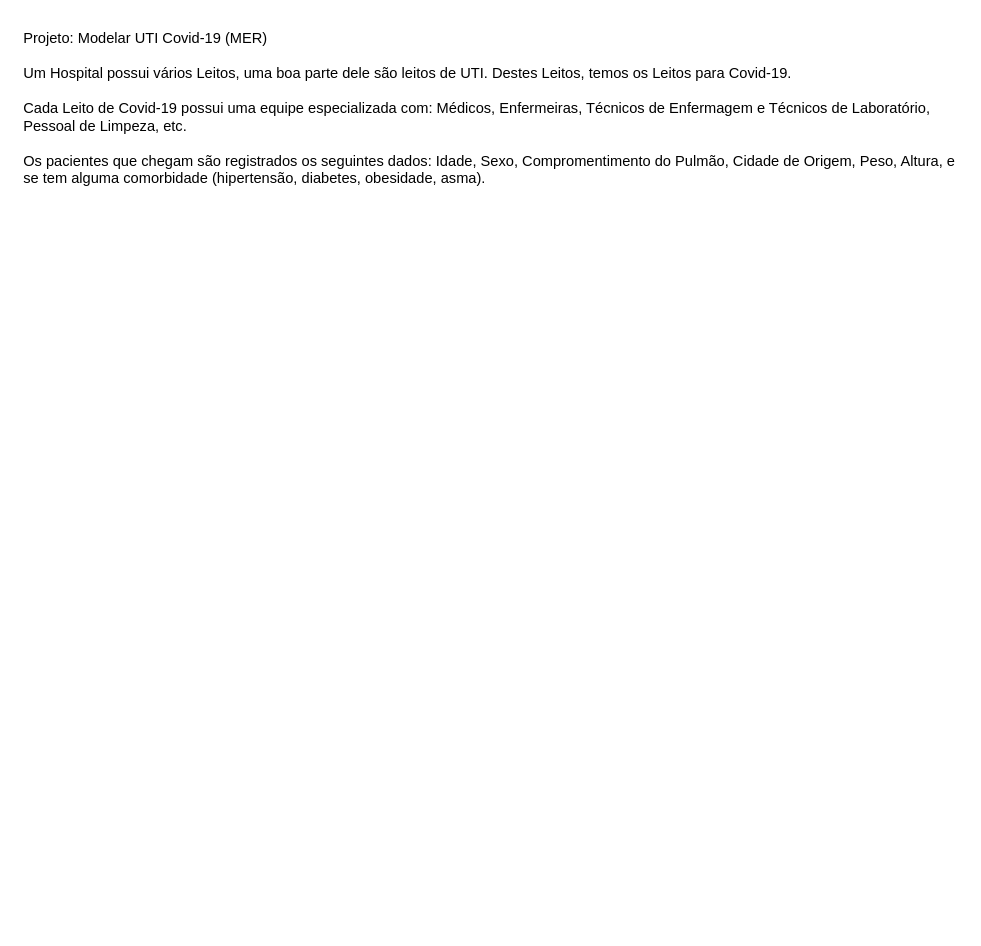
The draw.io diagram page "Covid-19" (5 of 5) of Aula-16-Setembro-2021.drawio in vladimiralencar/Alunos-UEPB-BancoDeDados, before the edit. Source tidied: cells renumbered, new cells numbered last; positions are measured from the earlier drawing's top-left corner, leaving out a move shared by most shapes. Both pictures are drawn from the tidied source at 122%, with x=0, y=0 at pixel (21, 21).
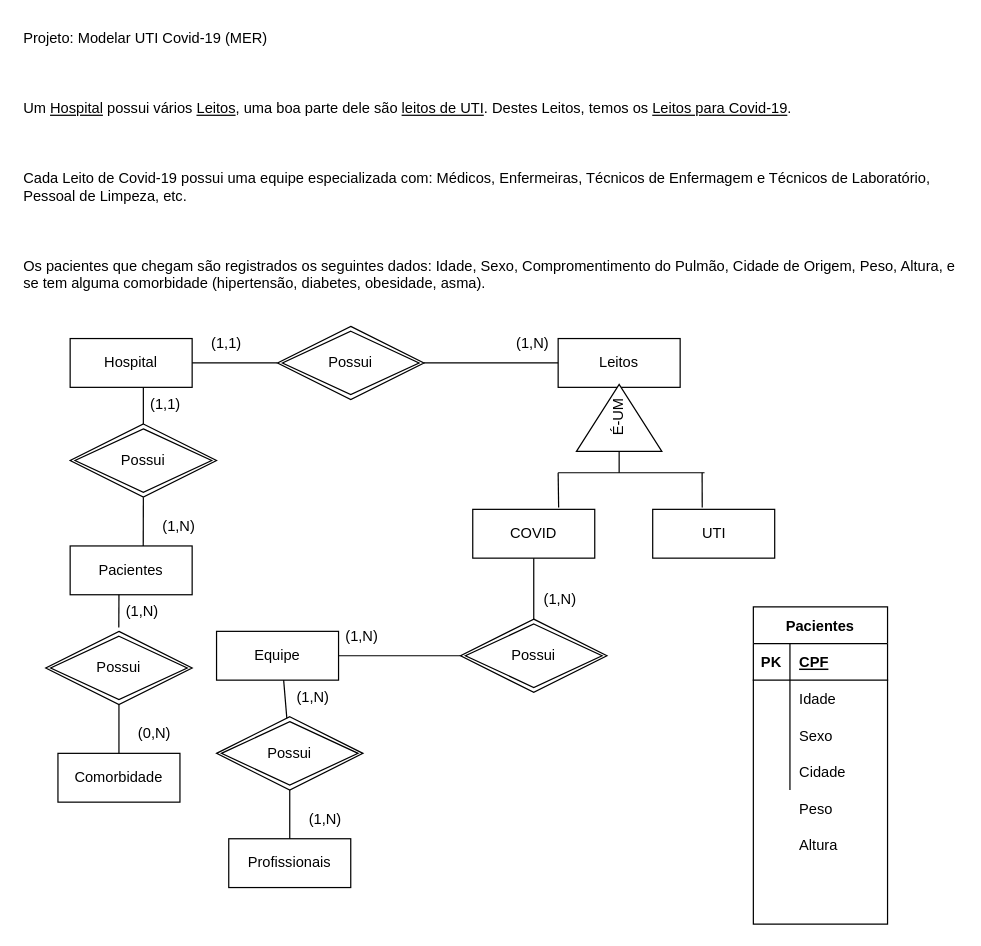
The same diagram, later.

Diff of the diagram source:
```diff
@@
-    <mxCell id="2" value="Projeto: Modelar UTI Covid-19 (MER) &#10; &#10;Um Hospital possui vários Leitos, uma boa parte dele são leitos de UTI. Destes Leitos, temos os Leitos para Covid-19. &#10; &#10;Cada Leito de Covid-19 possui uma equipe especializada com: Médicos, Enfermeiras, Técnicos de Enfermagem e Técnicos de Laboratório, Pessoal de Limpeza, etc. &#10; &#10;Os pacientes que chegam são registrados os seguintes dados: Idade, Sexo, Compromentimento do Pulmão, Cidade de Origem, Peso, Altura, e se tem alguma comorbidade (hipertensão, diabetes, obesidade, asma)." style="text;whiteSpace=wrap;html=1;" parent="1" vertex="1">
-      <mxGeometry width="770" height="140" as="geometry" />
+    <mxCell id="2" value="Projeto: Modelar UTI Covid-19 (MER)&lt;br/&gt;&lt;br&gt;&lt;br/&gt;&lt;br&gt;Um &lt;u&gt;Hospital&lt;/u&gt; possui vários &lt;u&gt;Leitos&lt;/u&gt;, uma boa parte dele são &lt;u&gt;leitos de UTI&lt;/u&gt;. Destes Leitos, temos os &lt;u&gt;Leitos para Covid-19&lt;/u&gt;.&lt;br/&gt;&lt;br&gt;&lt;br/&gt;&lt;br&gt;Cada Leito de Covid-19 possui uma equipe especializada com: Médicos, Enfermeiras, Técnicos de Enfermagem e Técnicos de Laboratório, Pessoal de Limpeza, etc.&lt;br/&gt;&lt;br&gt;&lt;br/&gt;&lt;br&gt;Os pacientes que chegam são registrados os seguintes dados: Idade, Sexo, Compromentimento do Pulmão, Cidade de Origem, Peso, Altura, e se tem alguma comorbidade (hipertensão, diabetes, obesidade, asma)." style="text;whiteSpace=wrap;html=1;" parent="1" vertex="1">
+      <mxGeometry width="770" height="180" as="geometry" />
     </mxCell>
+    <mxCell id="3" value="Hospital" style="whiteSpace=wrap;html=1;align=center;" parent="1" vertex="1">
+      <mxGeometry x="40" y="260" width="100" height="40" as="geometry" />
+    </mxCell>
+    <mxCell id="4" value="Leitos" style="whiteSpace=wrap;html=1;align=center;" parent="1" vertex="1">
+      <mxGeometry x="440" y="260" width="100" height="40" as="geometry" />
+    </mxCell>
+    <mxCell id="5" value="Possui" style="shape=rhombus;double=1;perimeter=rhombusPerimeter;whiteSpace=wrap;html=1;align=center;" parent="1" vertex="1">
+      <mxGeometry x="210" y="250" width="120" height="60" as="geometry" />
+    </mxCell>
+    <mxCell id="6" style="endArrow=none;html=1;rounded=0;" parent="1" edge="1">
+      <mxGeometry relative="1" as="geometry">
+        <mxPoint x="140" y="280" as="sourcePoint" />
+        <mxPoint x="210" y="280" as="targetPoint" />
+      </mxGeometry>
+    </mxCell>
+    <mxCell id="7" style="endArrow=none;html=1;rounded=0;" parent="1" edge="1">
+      <mxGeometry relative="1" as="geometry">
+        <mxPoint x="330" y="280" as="sourcePoint" />
+        <mxPoint x="440" y="280" as="targetPoint" />
+      </mxGeometry>
+    </mxCell>
+    <mxCell id="8" value="(1,1)" style="text;strokeColor=none;fillColor=none;spacingLeft=4;spacingRight=4;overflow=hidden;fontSize=12;" parent="1" vertex="1">
+      <mxGeometry x="150" y="250" width="40" height="30" as="geometry" />
+    </mxCell>
+    <mxCell id="9" value="(1,N)" style="text;strokeColor=none;fillColor=none;spacingLeft=4;spacingRight=4;overflow=hidden;fontSize=12;" parent="1" vertex="1">
+      <mxGeometry x="400" y="250" width="40" height="30" as="geometry" />
+    </mxCell>
+    <mxCell id="10" value="É-UM" style="triangle;whiteSpace=wrap;html=1;rotation=-90;" parent="1" vertex="1">
+      <mxGeometry x="462.5" y="290" width="55" height="70" as="geometry" />
+    </mxCell>
+    <mxCell id="11" value="COVID" style="whiteSpace=wrap;html=1;align=center;" parent="1" vertex="1">
+      <mxGeometry x="370" y="400" width="100" height="40" as="geometry" />
+    </mxCell>
+    <mxCell id="12" value="UTI" style="whiteSpace=wrap;html=1;align=center;" parent="1" vertex="1">
+      <mxGeometry x="517.5" y="400" width="100" height="40" as="geometry" />
+    </mxCell>
+    <mxCell id="13" style="endArrow=none;html=1;rounded=0;" parent="1" edge="1">
+      <mxGeometry relative="1" as="geometry">
+        <mxPoint x="440" y="370" as="sourcePoint" />
+        <mxPoint x="560" y="370" as="targetPoint" />
+      </mxGeometry>
+    </mxCell>
+    <mxCell id="14" style="endArrow=none;html=1;exitX=0.704;exitY=-0.036;exitDx=0;exitDy=0;exitPerimeter=0;" parent="1" edge="1" source="11">
+      <mxGeometry relative="1" as="geometry">
+        <mxPoint x="440" y="370" as="targetPoint" />
+      </mxGeometry>
+    </mxCell>
+    <mxCell id="15" style="endArrow=none;html=1;exitX=0.406;exitY=-0.036;exitDx=0;exitDy=0;exitPerimeter=0;" parent="1" edge="1" source="12">
+      <mxGeometry relative="1" as="geometry">
+        <mxPoint x="558" y="370" as="targetPoint" />
+      </mxGeometry>
+    </mxCell>
+    <mxCell id="16" style="endArrow=none;html=1;entryX=0;entryY=0.5;entryDx=0;entryDy=0;" parent="1" edge="1" target="10">
+      <mxGeometry relative="1" as="geometry">
+        <mxPoint x="490" y="370" as="sourcePoint" />
+      </mxGeometry>
+    </mxCell>
+    <mxCell id="17" value="Possui" style="shape=rhombus;double=1;perimeter=rhombusPerimeter;whiteSpace=wrap;html=1;align=center;" parent="1" vertex="1">
+      <mxGeometry x="360" y="490" width="120" height="60" as="geometry" />
+    </mxCell>
+    <mxCell id="18" value="Equipe" style="whiteSpace=wrap;html=1;align=center;" parent="1" vertex="1">
+      <mxGeometry x="160" y="500" width="100" height="40" as="geometry" />
+    </mxCell>
+    <mxCell id="19" style="endArrow=none;html=1;rounded=0;" parent="1" edge="1" target="17">
+      <mxGeometry relative="1" as="geometry">
+        <mxPoint x="260" y="520" as="sourcePoint" />
+      </mxGeometry>
+    </mxCell>
+    <mxCell id="20" style="endArrow=none;html=1;rounded=0;exitX=0.5;exitY=1;exitDx=0;exitDy=0;entryX=0.5;entryY=0;entryDx=0;entryDy=0;" parent="1" edge="1" source="11" target="17">
+      <mxGeometry relative="1" as="geometry" />
+    </mxCell>
+    <mxCell id="21" value="(1,N)" style="text;strokeColor=none;fillColor=none;spacingLeft=4;spacingRight=4;overflow=hidden;fontSize=12;" parent="1" vertex="1">
+      <mxGeometry x="422.5" y="460" width="40" height="30" as="geometry" />
+    </mxCell>
+    <mxCell id="22" value="(1,N)" style="text;strokeColor=none;fillColor=none;spacingLeft=4;spacingRight=4;overflow=hidden;fontSize=12;" parent="1" vertex="1">
+      <mxGeometry x="260" y="490" width="40" height="30" as="geometry" />
+    </mxCell>
+    <mxCell id="23" value="Possui" style="shape=rhombus;double=1;perimeter=rhombusPerimeter;whiteSpace=wrap;html=1;align=center;" parent="1" vertex="1">
+      <mxGeometry x="160" y="570" width="120" height="60" as="geometry" />
+    </mxCell>
+    <mxCell id="24" value="Profissionais" style="whiteSpace=wrap;html=1;align=center;" parent="1" vertex="1">
+      <mxGeometry x="170" y="670" width="100" height="40" as="geometry" />
+    </mxCell>
+    <mxCell id="25" style="endArrow=none;html=1;rounded=0;" parent="1" edge="1" target="23">
+      <mxGeometry relative="1" as="geometry">
+        <mxPoint x="215" y="540" as="sourcePoint" />
+      </mxGeometry>
+    </mxCell>
+    <mxCell id="26" style="endArrow=none;html=1;rounded=0;entryX=0.5;entryY=0;entryDx=0;entryDy=0;" parent="1" edge="1" target="24">
+      <mxGeometry relative="1" as="geometry">
+        <mxPoint x="220" y="630" as="sourcePoint" />
+      </mxGeometry>
+    </mxCell>
+    <mxCell id="27" value="(1,N)" style="text;strokeColor=none;fillColor=none;spacingLeft=4;spacingRight=4;overflow=hidden;fontSize=12;" parent="1" vertex="1">
+      <mxGeometry x="220" y="540" width="40" height="30" as="geometry" />
+    </mxCell>
+    <mxCell id="28" value="(1,N)" style="text;strokeColor=none;fillColor=none;spacingLeft=4;spacingRight=4;overflow=hidden;fontSize=12;" parent="1" vertex="1">
+      <mxGeometry x="230" y="640" width="40" height="30" as="geometry" />
+    </mxCell>
+    <mxCell id="29" value="Pacientes" style="whiteSpace=wrap;html=1;align=center;" parent="1" vertex="1">
+      <mxGeometry x="40" y="430" width="100" height="40" as="geometry" />
+    </mxCell>
+    <mxCell id="30" value="Possui" style="shape=rhombus;double=1;perimeter=rhombusPerimeter;whiteSpace=wrap;html=1;align=center;" parent="1" vertex="1">
+      <mxGeometry x="40" y="330" width="120" height="60" as="geometry" />
+    </mxCell>
+    <mxCell id="31" style="endArrow=none;html=1;rounded=0;entryX=0.5;entryY=0;entryDx=0;entryDy=0;" parent="1" edge="1" target="30">
+      <mxGeometry relative="1" as="geometry">
+        <mxPoint x="100" y="300" as="sourcePoint" />
+      </mxGeometry>
+    </mxCell>
+    <mxCell id="32" style="endArrow=none;html=1;rounded=0;entryX=0.599;entryY=0;entryDx=0;entryDy=0;entryPerimeter=0;" parent="1" edge="1" target="29">
+      <mxGeometry relative="1" as="geometry">
+        <mxPoint x="100" y="390" as="sourcePoint" />
+      </mxGeometry>
+    </mxCell>
+    <mxCell id="33" value="(1,1)" style="text;strokeColor=none;fillColor=none;spacingLeft=4;spacingRight=4;overflow=hidden;fontSize=12;" parent="1" vertex="1">
+      <mxGeometry x="100" y="300" width="40" height="30" as="geometry" />
+    </mxCell>
+    <mxCell id="34" value="(1,N)" style="text;strokeColor=none;fillColor=none;spacingLeft=4;spacingRight=4;overflow=hidden;fontSize=12;" parent="1" vertex="1">
+      <mxGeometry x="110" y="400" width="40" height="30" as="geometry" />
+    </mxCell>
+    <mxCell id="35" value="Comorbidade" style="whiteSpace=wrap;html=1;align=center;" parent="1" vertex="1">
+      <mxGeometry x="30" y="600" width="100" height="40" as="geometry" />
+    </mxCell>
+    <mxCell id="36" value="Possui" style="shape=rhombus;double=1;perimeter=rhombusPerimeter;whiteSpace=wrap;html=1;align=center;" parent="1" vertex="1">
+      <mxGeometry x="20" y="500" width="120" height="60" as="geometry" />
+    </mxCell>
+    <mxCell id="37" style="endArrow=none;html=1;rounded=0;entryX=0.499;entryY=-0.052;entryDx=0;entryDy=0;entryPerimeter=0;" parent="1" edge="1" target="36">
+      <mxGeometry relative="1" as="geometry">
+        <mxPoint x="80" y="470" as="sourcePoint" />
+      </mxGeometry>
+    </mxCell>
+    <mxCell id="38" style="endArrow=none;html=1;rounded=0;entryX=0.5;entryY=0;entryDx=0;entryDy=0;" parent="1" edge="1" target="35">
+      <mxGeometry relative="1" as="geometry">
+        <mxPoint x="80" y="560" as="sourcePoint" />
+      </mxGeometry>
+    </mxCell>
+    <mxCell id="39" value="(1,N)" style="text;strokeColor=none;fillColor=none;spacingLeft=4;spacingRight=4;overflow=hidden;fontSize=12;" parent="1" vertex="1">
+      <mxGeometry x="80" y="470" width="40" height="30" as="geometry" />
+    </mxCell>
+    <mxCell id="40" value="(0,N)" style="text;strokeColor=none;fillColor=none;spacingLeft=4;spacingRight=4;overflow=hidden;fontSize=12;" parent="1" vertex="1">
+      <mxGeometry x="90" y="570" width="40" height="30" as="geometry" />
+    </mxCell>
+    <mxCell id="41" value="Pacientes" style="shape=table;startSize=30;childLayout=tableLayout;rowLines=0;fontStyle=1;align=center;" parent="1" vertex="1">
+      <mxGeometry x="600" y="480" width="110" height="260" as="geometry" />
+    </mxCell>
+    <mxCell id="42" style="shape=partialRectangle;fillColor=none;top=0;left=0;bottom=1;right=0;" parent="41" vertex="1">
+      <mxGeometry y="30" width="110" height="30" as="geometry" />
+    </mxCell>
+    <mxCell id="43" value="PK" style="shape=partialRectangle;fillColor=none;top=0;left=0;bottom=0;right=0;fontStyle=1;overflow=hidden;" parent="42" vertex="1">
+      <mxGeometry width="30" height="30" as="geometry" />
+    </mxCell>
+    <mxCell id="44" value="CPF" style="shape=partialRectangle;fillColor=none;top=0;left=0;bottom=0;right=0;align=left;spacingLeft=6;fontStyle=5;overflow=hidden;" parent="42" vertex="1">
+      <mxGeometry x="30" width="80" height="30" as="geometry" />
+    </mxCell>
+    <mxCell id="45" style="shape=partialRectangle;fillColor=none;top=0;left=0;bottom=0;right=0;" parent="41" vertex="1">
+      <mxGeometry y="60" width="110" height="30" as="geometry" />
+    </mxCell>
+    <mxCell id="46" style="shape=partialRectangle;fillColor=none;top=0;left=0;bottom=0;right=0;overflow=hidden;" parent="45" vertex="1">
+      <mxGeometry width="30" height="30" as="geometry" />
+    </mxCell>
+    <mxCell id="47" value="Idade" style="shape=partialRectangle;fillColor=none;top=0;left=0;bottom=0;right=0;align=left;spacingLeft=6;overflow=hidden;" parent="45" vertex="1">
+      <mxGeometry x="30" width="80" height="30" as="geometry" />
+    </mxCell>
+    <mxCell id="48" style="shape=partialRectangle;fillColor=none;top=0;left=0;bottom=0;right=0;" parent="41" vertex="1">
+      <mxGeometry y="90" width="110" height="30" as="geometry" />
+    </mxCell>
+    <mxCell id="49" style="shape=partialRectangle;fillColor=none;top=0;left=0;bottom=0;right=0;overflow=hidden;" parent="48" vertex="1">
+      <mxGeometry width="30" height="30" as="geometry" />
+    </mxCell>
+    <mxCell id="50" value="Sexo" style="shape=partialRectangle;fillColor=none;top=0;left=0;bottom=0;right=0;align=left;spacingLeft=6;overflow=hidden;" parent="48" vertex="1">
+      <mxGeometry x="30" width="80" height="30" as="geometry" />
+    </mxCell>
+    <mxCell id="51" style="shape=partialRectangle;fillColor=none;top=0;left=0;bottom=0;right=0;" parent="41" vertex="1">
+      <mxGeometry y="120" width="110" height="30" as="geometry" />
+    </mxCell>
+    <mxCell id="52" style="shape=partialRectangle;fillColor=none;top=0;left=0;bottom=0;right=0;overflow=hidden;" parent="51" vertex="1">
+      <mxGeometry width="30" height="30" as="geometry" />
+    </mxCell>
+    <mxCell id="53" value="Cidade" style="shape=partialRectangle;fillColor=none;top=0;left=0;bottom=0;right=0;align=left;spacingLeft=6;overflow=hidden;" parent="51" vertex="1">
+      <mxGeometry x="30" width="80" height="30" as="geometry" />
+    </mxCell>
+    <mxCell id="54" value="Peso" style="shape=partialRectangle;fillColor=none;top=0;left=0;bottom=0;right=0;align=left;spacingLeft=6;overflow=hidden;" parent="1" vertex="1">
+      <mxGeometry x="630" y="630" width="80" height="30" as="geometry" />
+    </mxCell>
+    <mxCell id="55" value="Altura" style="shape=partialRectangle;fillColor=none;top=0;left=0;bottom=0;right=0;align=left;spacingLeft=6;overflow=hidden;" parent="1" vertex="1">
+      <mxGeometry x="630" y="660" width="80" height="30" as="geometry" />
+    </mxCell>
```
